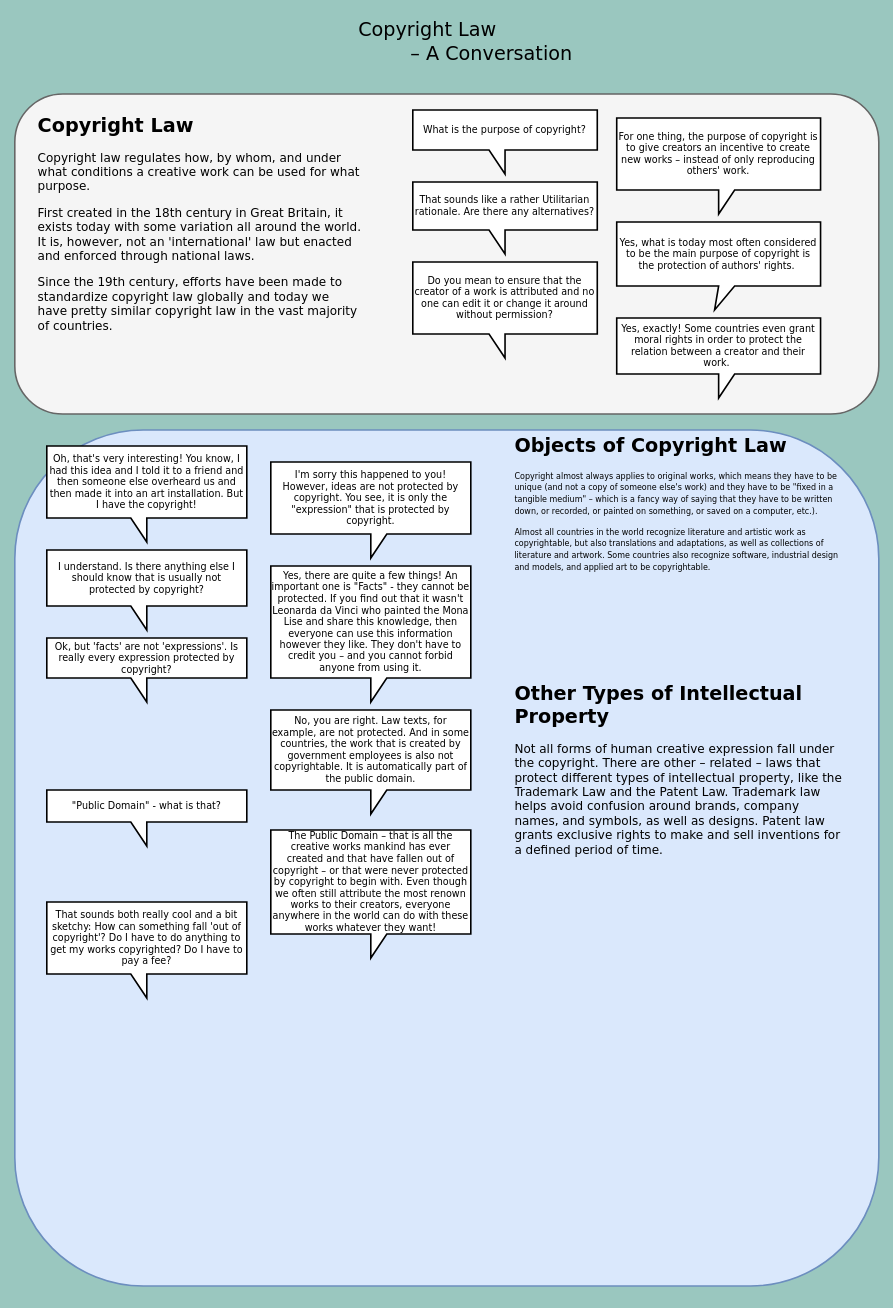
Above: copyright_conceptmap.drawio in arockenberger/cc-c_coursework (draw.io), before the change. Source tidied: cells renumbered, new cells numbered last; positions are measured from the earlier drawing's top-left corner, leaving out a move shared by most shapes. Both pictures are drawn from the tidied source at 80%, with x=0, y=0 at pixel (14, 14).
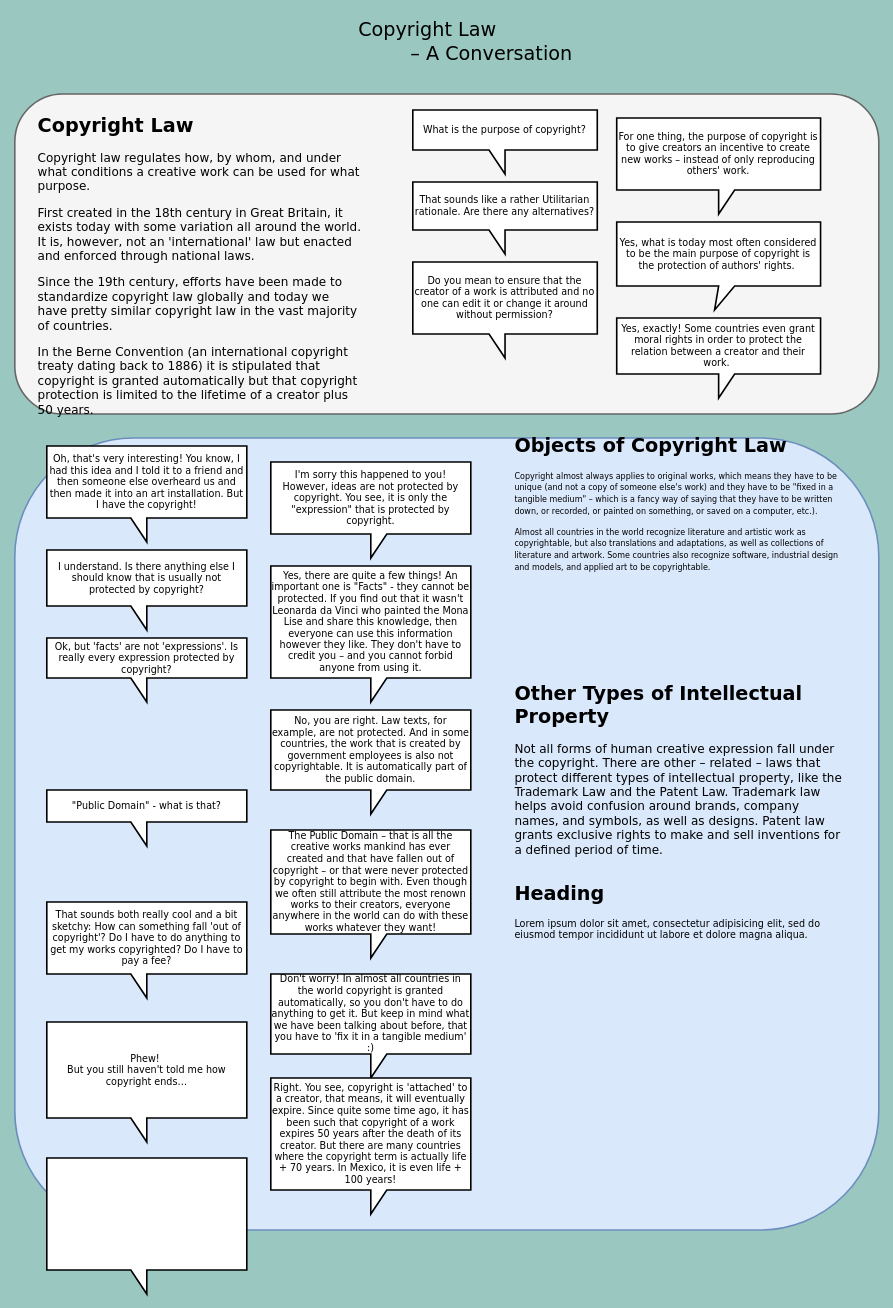
The same diagram, later.

Commit message:
Added section to copyright law

What changed in the source:
```diff
@@
     <mxCell id="4" style="rounded=1;whiteSpace=wrap;html=1;strokeWidth=2;fontFamily=Verdana;fontSize=12;fillColor=#dae8fc;strokeColor=#6c8ebf;" parent="1" vertex="1">
-      <mxGeometry y="520" width="1080" height="1070" as="geometry" />
+      <mxGeometry y="530" width="1080" height="990" as="geometry" />
     </mxCell>
     <mxCell id="5" style="group;" parent="1" vertex="1">
-      <mxGeometry y="100" width="1080" height="400" as="geometry" />
+      <mxGeometry y="100" width="1080" height="410" as="geometry" />
     </mxCell>
@@
-    <mxCell id="9" value="&lt;h1&gt;&lt;font style=&quot;font-size: 24px&quot;&gt;Copyright Law&lt;/font&gt;&lt;/h1&gt;&lt;p style=&quot;font-size: 15px&quot;&gt;&lt;font style=&quot;font-size: 15px&quot;&gt;Copyright law regulates how, by whom, and under what conditions a creative work can be used for what purpose.&amp;nbsp;&lt;/font&gt;&lt;/p&gt;&lt;p style=&quot;font-size: 15px&quot;&gt;&lt;font style=&quot;font-size: 15px&quot;&gt;First created in the 18th century in Great Britain, it exists today with some variation all around the world. It is, however, not an 'international' law but enacted and enforced through national laws.&amp;nbsp;&lt;/font&gt;&lt;/p&gt;&lt;p style=&quot;font-size: 15px&quot;&gt;&lt;font style=&quot;font-size: 15px&quot;&gt;Since the 19th century, efforts have been made to standardize copyright law globally and today we have pretty similar copyright law in the vast majority of countries.&lt;/font&gt;&lt;/p&gt;" style="text;html=1;strokeColor=none;fillColor=none;spacing=5;spacingTop=-20;whiteSpace=wrap;overflow=hidden;rounded=0;fontFamily=Verdana;fontSize=12;" parent="5" vertex="1">
-      <mxGeometry x="24.3" y="20" width="412.6" height="290" as="geometry" />
+    <mxCell id="9" value="&lt;h1&gt;&lt;font style=&quot;font-size: 24px&quot;&gt;Copyright Law&lt;/font&gt;&lt;/h1&gt;&lt;p style=&quot;font-size: 15px&quot;&gt;&lt;font style=&quot;font-size: 15px&quot;&gt;Copyright law regulates how, by whom, and under what conditions a creative work can be used for what purpose.&amp;nbsp;&lt;/font&gt;&lt;/p&gt;&lt;p style=&quot;font-size: 15px&quot;&gt;&lt;font style=&quot;font-size: 15px&quot;&gt;First created in the 18th century in Great Britain, it exists today with some variation all around the world. It is, however, not an 'international' law but enacted and enforced through national laws.&amp;nbsp;&lt;/font&gt;&lt;/p&gt;&lt;p style=&quot;font-size: 15px&quot;&gt;&lt;font style=&quot;font-size: 15px&quot;&gt;Since the 19th century, efforts have been made to standardize copyright law globally and today we have pretty similar copyright law in the vast majority of countries.&lt;/font&gt;&lt;/p&gt;&lt;p style=&quot;font-size: 15px&quot;&gt;&lt;font style=&quot;font-size: 15px&quot;&gt;In the Berne Convention (an international copyright treaty dating back to 1886) it is stipulated that copyright is granted automatically but that copyright protection is limited to the lifetime of a creator plus 50 years.&amp;nbsp;&lt;/font&gt;&lt;/p&gt;" style="text;html=1;strokeColor=none;fillColor=none;spacing=5;spacingTop=-20;whiteSpace=wrap;overflow=hidden;rounded=0;fontFamily=Verdana;fontSize=12;" parent="5" vertex="1">
+      <mxGeometry x="24.3" y="20" width="412.6" height="390" as="geometry" />
     </mxCell>
@@
+    <mxCell id="25" value="Don't worry! In almost all countries in the world copyright is granted automatically, so you don't have to do anything to get it. But keep in mind what we have been talking about before, that you have to 'fix it in a tangible medium' :)" style="shape=callout;whiteSpace=wrap;html=1;perimeter=calloutPerimeter;strokeWidth=2;fontFamily=Verdana;fontSize=12;" parent="1" vertex="1">
+      <mxGeometry x="320" y="1200" width="250" height="130" as="geometry" />
+    </mxCell>
+    <mxCell id="26" value="Phew!&amp;nbsp;&lt;br&gt;But you still haven't told me how copyright ends…" style="shape=callout;whiteSpace=wrap;html=1;perimeter=calloutPerimeter;strokeWidth=2;fontFamily=Verdana;fontSize=12;flipH=1;" parent="1" vertex="1">
+      <mxGeometry x="40" y="1260" width="250" height="150" as="geometry" />
+    </mxCell>
+    <mxCell id="27" value="Right. You see, copyright is 'attached' to a creator, that means, it will eventually expire. Since quite some time ago, it has been such that copyright of a work expires 50 years after the death of its creator. But there are many countries where the copyright term is actually life + 70 years. In Mexico, it is even life + 100 years!" style="shape=callout;whiteSpace=wrap;html=1;perimeter=calloutPerimeter;strokeWidth=2;fontFamily=Verdana;fontSize=12;" parent="1" vertex="1">
+      <mxGeometry x="320" y="1330" width="250" height="170" as="geometry" />
+    </mxCell>
+    <mxCell id="28" style="shape=callout;whiteSpace=wrap;html=1;perimeter=calloutPerimeter;strokeWidth=2;fontFamily=Verdana;fontSize=12;flipH=1;" parent="1" vertex="1">
+      <mxGeometry x="40" y="1430" width="250" height="170" as="geometry" />
+    </mxCell>
+    <mxCell id="29" value="&lt;h1&gt;Heading&lt;/h1&gt;&lt;p&gt;Lorem ipsum dolor sit amet, consectetur adipisicing elit, sed do eiusmod tempor incididunt ut labore et dolore magna aliqua.&lt;/p&gt;" style="text;html=1;strokeColor=none;fillColor=none;spacing=5;spacingTop=-20;whiteSpace=wrap;overflow=hidden;rounded=0;fontFamily=Verdana;fontSize=12;" parent="1" vertex="1">
+      <mxGeometry x="620" y="1080" width="420" height="370" as="geometry" />
+    </mxCell>
```
